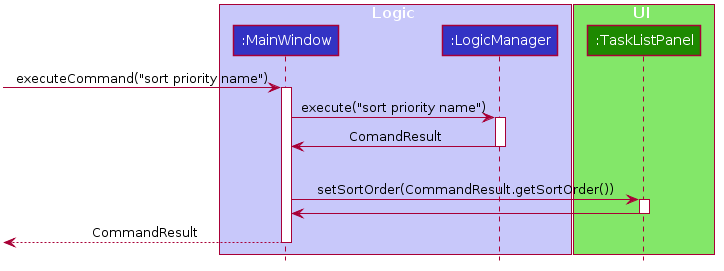
This is docs/images/SortUiSequenceDiagram.png from nus-cs2103-AY1920S2/addressbook-level3, a PlantUML export, as it was before one commit.
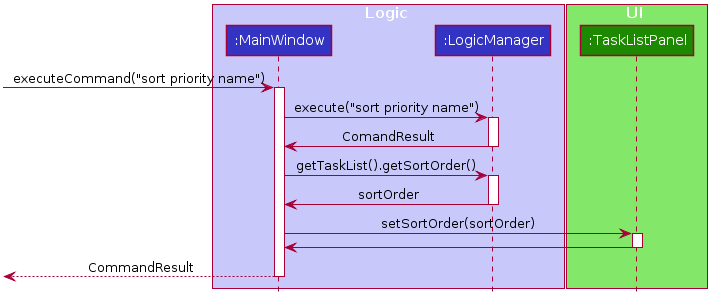
The same file after the commit.

What changed in the source:
```diff
@@ -67,10 +67,13 @@
 LogicManager -> MainWindow: ComandResult
 deactivate LogicManager
 
-opt is SortCommandResult
-MainWindow -> TaskListPanel: setSortOrder(CommandResult.getSortOrder())
+MainWindow -> LogicManager: getTaskList().getSortOrder()
+activate LogicManager
+LogicManager -> MainWindow: sortOrder
+deactivate LogicManager
+
+MainWindow -> TaskListPanel: setSortOrder(sortOrder)
 activate TaskListPanel
-
 TaskListPanel -> MainWindow
 deactivate TaskListPanel
 
```
